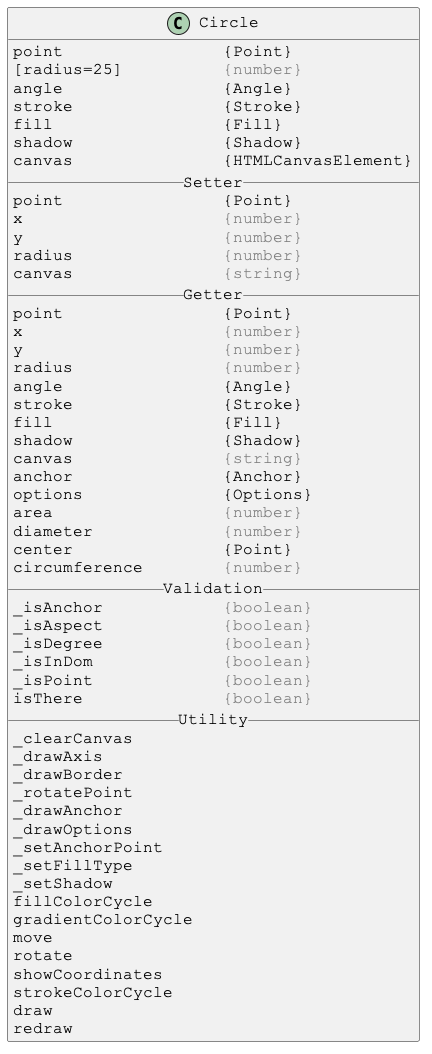
Before: docs/PlantUml/images/Circle.png, a diagram exported from PlantUML (Justin-Byrne/canvasLab).
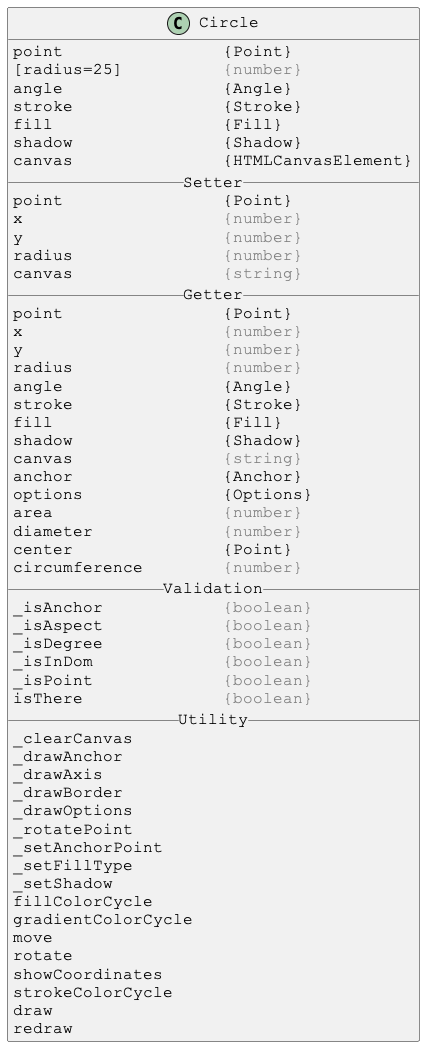
The same diagram one commit later.

Diff of the diagram source:
```diff
@@ -42,11 +42,11 @@
 isThere              <color:gray>{boolean}</color>
 __ Utility __
 _clearCanvas
+_drawAnchor
 _drawAxis
 _drawBorder
+_drawOptions
 _rotatePoint
-_drawAnchor
-_drawOptions
 _setAnchorPoint
 _setFillType
 _setShadow
```
